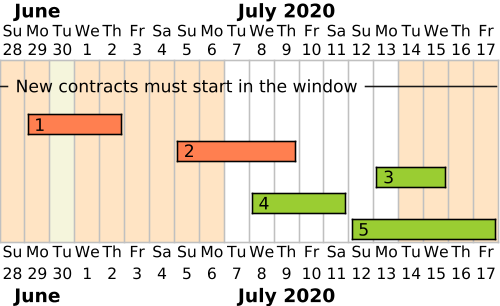
Above: docs/diagrams/valid_time_window.png in elhub/flex-information-system (PlantUML), before the change.
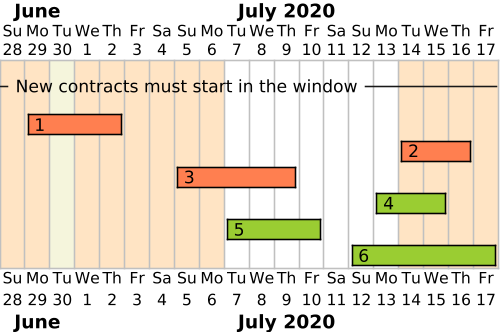
The same diagram one commit later.

Commit message:
docs: precisions on window midnight alignment (FLEX-466)

The edit, as a diff of the source:
```diff
@@ -11,20 +11,24 @@
 [EC1] ends 2020-07-02
 [EC1] is colored in Coral/black
 
-[2] as [EC2] starts 2020-07-05
-[EC2] ends 2020-07-09
+[2] as [EC2] starts 2020-07-14
+[EC2] ends 2020-07-16
 [EC2] is colored in Coral/black
 
-[3] as [EC3] starts 2020-07-13
-[EC3] ends 2020-07-15
-[EC3] is colored in YellowGreen/black
+[3] as [EC3] starts 2020-07-05
+[EC3] ends 2020-07-09
+[EC3] is colored in Coral/black
 
-[4] as [EC4] starts 2020-07-08
-[EC4] ends 2020-07-11
+[4] as [EC4] starts 2020-07-13
+[EC4] ends 2020-07-15
 [EC4] is colored in YellowGreen/black
 
-[5] as [EC5] starts 2020-07-12
-[EC5] ends 2020-07-17
+[5] as [EC5] starts 2020-07-07
+[EC5] ends 2020-07-10
 [EC5] is colored in YellowGreen/black
 
+[6] as [EC6] starts 2020-07-12
+[EC6] ends 2020-07-17
+[EC6] is colored in YellowGreen/black
+
 @endgantt
```
